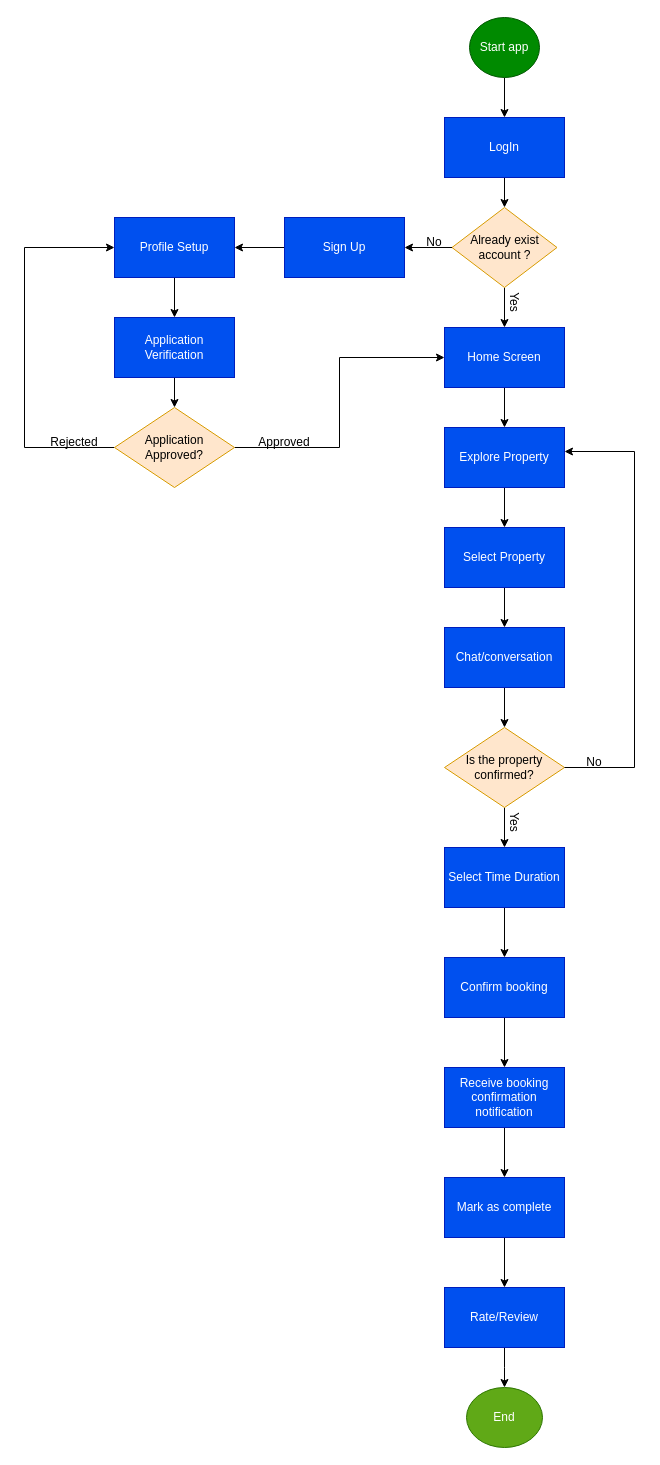
This is Untitled Diagram.drawio from vp656768/Business-Analyst, a draw.io file, before an edit. Source tidied: cells renumbered, new cells numbered last; positions are measured from the earlier drawing's top-left corner, leaving out a move shared by most shapes. Both pictures are drawn from the tidied source at 100%, with x=0, y=0 at pixel (24, 17).
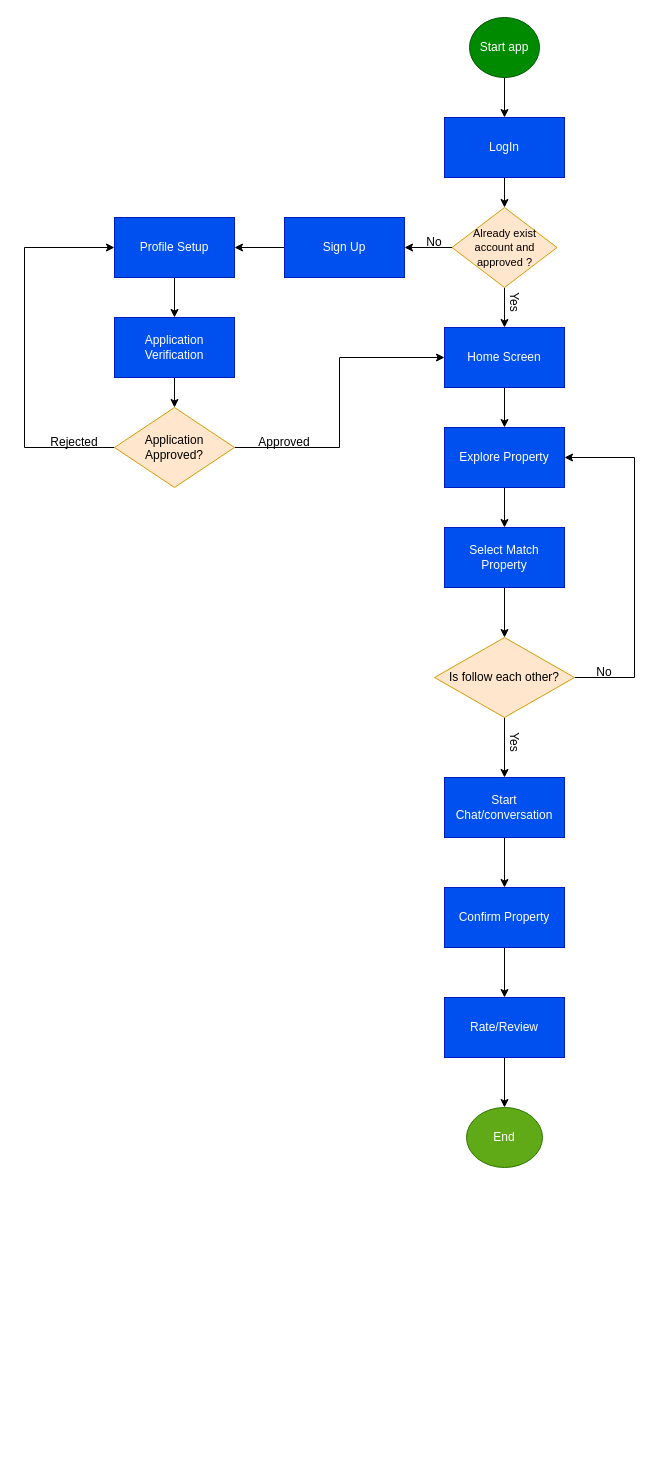
The same page after the edit.

Unchanged cells that the change refers to:
```xml
<mxCell id="21" value="Explore Property" style="whiteSpace=wrap;html=1;fillColor=#0050ef;fontColor=#ffffff;strokeColor=#001DBC;" parent="1" vertex="1">
  <mxGeometry x="420" y="410" width="120" height="60" as="geometry" />
</mxCell>
```

The edit, as a diff of the source:
```diff
@@
-    <mxCell id="8" value="Already exist account ?" style="rhombus;whiteSpace=wrap;html=1;fillColor=#ffe6cc;strokeColor=#d79b00;" parent="1" vertex="1">
+    <mxCell id="8" value="&lt;font style=&quot;font-size: 11px;&quot;&gt;Already exist account and approved ?&lt;/font&gt;" style="rhombus;whiteSpace=wrap;html=1;fillColor=#ffe6cc;strokeColor=#d79b00;" parent="1" vertex="1">
       <mxGeometry x="427.5" y="190" width="105" height="80" as="geometry" />
     </mxCell>
@@
-    <mxCell id="22" style="edgeStyle=orthogonalEdgeStyle;rounded=0;jettySize=auto;html=1;" parent="1" edge="1" source="23" target="25">
-      <mxGeometry relative="1" as="geometry" />
-    </mxCell>
+    <mxCell id="47" style="edgeStyle=orthogonalEdgeStyle;rounded=0;jettySize=auto;html=1;" parent="1" edge="1" source="23" target="54">
+      <mxGeometry relative="1" as="geometry" />
+    </mxCell>
-    <mxCell id="23" value="Select Property" style="whiteSpace=wrap;html=1;fillColor=#0050ef;fontColor=#ffffff;strokeColor=#001DBC;" parent="1" vertex="1">
+    <mxCell id="23" value="Select Match Property" style="whiteSpace=wrap;html=1;fillColor=#0050ef;fontColor=#ffffff;strokeColor=#001DBC;" parent="1" vertex="1">
       <mxGeometry x="420" y="510" width="120" height="60" as="geometry" />
     </mxCell>
-    <mxCell id="24" style="edgeStyle=orthogonalEdgeStyle;rounded=0;jettySize=auto;html=1;" parent="1" edge="1" source="25" target="27">
-      <mxGeometry relative="1" as="geometry" />
-    </mxCell>
+    <mxCell id="48" style="edgeStyle=orthogonalEdgeStyle;rounded=0;jettySize=auto;html=1;" parent="1" edge="1" source="25" target="50">
+      <mxGeometry relative="1" as="geometry" />
+    </mxCell>
-    <mxCell id="25" value="Chat/conversation" style="whiteSpace=wrap;html=1;fillColor=#0050ef;fontColor=#ffffff;strokeColor=#001DBC;" parent="1" vertex="1">
-      <mxGeometry x="420" y="610" width="120" height="60" as="geometry" />
+    <mxCell id="25" value="Start Chat/conversation" style="whiteSpace=wrap;html=1;fillColor=#0050ef;fontColor=#ffffff;strokeColor=#001DBC;" parent="1" vertex="1">
+      <mxGeometry x="420" y="760" width="120" height="60" as="geometry" />
     </mxCell>
-    <mxCell id="26" style="edgeStyle=orthogonalEdgeStyle;rounded=0;jettySize=auto;html=1;" parent="1" edge="1" source="27" target="30">
-      <mxGeometry relative="1" as="geometry" />
-    </mxCell>
-    <mxCell id="27" style="rhombus;whiteSpace=wrap;html=1;fillColor=#ffe6cc;strokeColor=#d79b00;" parent="1" vertex="1">
-      <mxGeometry x="420" y="710" width="120" height="80" as="geometry" />
-    </mxCell>
-    <mxCell id="28" value="Is the property confirmed?" style="text;html=1;align=center;verticalAlign=middle;whiteSpace=wrap;rounded=0;" parent="1" vertex="1">
-      <mxGeometry x="440" y="735" width="80" height="30" as="geometry" />
-    </mxCell>
-    <mxCell id="29" style="edgeStyle=orthogonalEdgeStyle;rounded=0;jettySize=auto;html=1;" parent="1" edge="1" source="30" target="32">
-      <mxGeometry relative="1" as="geometry" />
-    </mxCell>
-    <mxCell id="30" value="Select Time Duration" style="whiteSpace=wrap;html=1;fillColor=#0050ef;fontColor=#ffffff;strokeColor=#001DBC;" parent="1" vertex="1">
-      <mxGeometry x="420" y="830" width="120" height="60" as="geometry" />
-    </mxCell>
-    <mxCell id="31" style="edgeStyle=orthogonalEdgeStyle;rounded=0;jettySize=auto;html=1;" parent="1" edge="1" source="32" target="34">
-      <mxGeometry relative="1" as="geometry" />
-    </mxCell>
-    <mxCell id="32" value="Confirm booking" style="whiteSpace=wrap;html=1;fillColor=#0050ef;fontColor=#ffffff;strokeColor=#001DBC;" parent="1" vertex="1">
-      <mxGeometry x="420" y="940" width="120" height="60" as="geometry" />
-    </mxCell>
-    <mxCell id="33" style="edgeStyle=orthogonalEdgeStyle;rounded=0;jettySize=auto;html=1;" parent="1" edge="1" source="34" target="37">
-      <mxGeometry relative="1" as="geometry" />
-    </mxCell>
-    <mxCell id="34" value="Receive booking confirmation notification" style="whiteSpace=wrap;html=1;fillColor=#0050ef;fontColor=#ffffff;strokeColor=#001DBC;" parent="1" vertex="1">
-      <mxGeometry x="420" y="1050" width="120" height="60" as="geometry" />
-    </mxCell>
-    <mxCell id="35" style="edgeStyle=orthogonalEdgeStyle;rounded=0;jettySize=auto;html=1;exitX=1;exitY=0.5;exitDx=0;exitDy=0;entryX=1;entryY=0.4;entryDx=0;entryDy=0;entryPerimeter=0;" parent="1" edge="1" source="27" target="21">
-      <mxGeometry relative="1" as="geometry">
-        <Array as="points">
-          <mxPoint x="610" y="750" />
-          <mxPoint x="610" y="434" />
-        </Array>
-      </mxGeometry>
-    </mxCell>
-    <mxCell id="36" style="edgeStyle=orthogonalEdgeStyle;rounded=0;jettySize=auto;html=1;" parent="1" edge="1" source="37" target="39">
-      <mxGeometry relative="1" as="geometry" />
-    </mxCell>
-    <mxCell id="37" value="Mark as complete" style="whiteSpace=wrap;html=1;fillColor=#0050ef;fontColor=#ffffff;strokeColor=#001DBC;" parent="1" vertex="1">
-      <mxGeometry x="420" y="1160" width="120" height="60" as="geometry" />
-    </mxCell>
-    <mxCell id="38" style="edgeStyle=orthogonalEdgeStyle;rounded=0;jettySize=auto;html=1;" parent="1" edge="1" source="39">
-      <mxGeometry relative="1" as="geometry">
-        <mxPoint x="480" y="1370" as="targetPoint" />
-      </mxGeometry>
-    </mxCell>
-    <mxCell id="39" value="Rate/Review" style="whiteSpace=wrap;html=1;fillColor=#0050ef;fontColor=#ffffff;strokeColor=#001DBC;" parent="1" vertex="1">
-      <mxGeometry x="420" y="1270" width="120" height="60" as="geometry" />
-    </mxCell>
-    <mxCell id="40" value="End" style="ellipse;whiteSpace=wrap;html=1;fillColor=#60a917;fontColor=#ffffff;strokeColor=#2D7600;" parent="1" vertex="1">
-      <mxGeometry x="442" y="1370" width="76" height="60" as="geometry" />
-    </mxCell>
@@
+    <mxCell id="40" value="End" style="ellipse;whiteSpace=wrap;html=1;fillColor=#60a917;fontColor=#ffffff;strokeColor=#2D7600;" parent="1" vertex="1">
+      <mxGeometry x="442" y="1090" width="76" height="60" as="geometry" />
+    </mxCell>
+    <mxCell id="49" style="edgeStyle=orthogonalEdgeStyle;rounded=0;jettySize=auto;html=1;" parent="1" edge="1" source="50" target="39">
+      <mxGeometry relative="1" as="geometry" />
+    </mxCell>
+    <mxCell id="50" value="Confirm Property" style="whiteSpace=wrap;html=1;fillColor=#0050ef;strokeColor=#001DBC;fontColor=#ffffff;" parent="1" vertex="1">
+      <mxGeometry x="420" y="870" width="120" height="60" as="geometry" />
+    </mxCell>
+    <mxCell id="51" style="edgeStyle=orthogonalEdgeStyle;rounded=0;jettySize=auto;html=1;exitX=0.5;exitY=1;exitDx=0;exitDy=0;entryX=0.5;entryY=0;entryDx=0;entryDy=0;" parent="1" edge="1" source="39" target="40">
+      <mxGeometry relative="1" as="geometry" />
+    </mxCell>
+    <mxCell id="39" value="Rate/Review" style="whiteSpace=wrap;html=1;fillColor=#0050ef;strokeColor=#001DBC;fontColor=#ffffff;" parent="1" vertex="1">
+      <mxGeometry x="420" y="980" width="120" height="60" as="geometry" />
+    </mxCell>
+    <mxCell id="52" style="edgeStyle=orthogonalEdgeStyle;rounded=0;jettySize=auto;html=1;exitX=0.5;exitY=1;exitDx=0;exitDy=0;entryX=0.5;entryY=0;entryDx=0;entryDy=0;" parent="1" edge="1" source="54" target="25">
+      <mxGeometry relative="1" as="geometry" />
+    </mxCell>
+    <mxCell id="53" style="edgeStyle=orthogonalEdgeStyle;rounded=0;jettySize=auto;html=1;exitX=1;exitY=0.5;exitDx=0;exitDy=0;entryX=1;entryY=0.5;entryDx=0;entryDy=0;" parent="1" edge="1" source="54" target="21">
+      <mxGeometry relative="1" as="geometry">
+        <Array as="points">
+          <mxPoint x="610" y="660" />
+          <mxPoint x="610" y="440" />
+        </Array>
+      </mxGeometry>
+    </mxCell>
+    <mxCell id="54" value="Is follow each other?" style="rhombus;whiteSpace=wrap;html=1;fillColor=#ffe6cc;strokeColor=#d79b00;" parent="1" vertex="1">
+      <mxGeometry x="410" y="620" width="140" height="80" as="geometry" />
+    </mxCell>
+    <mxCell id="46" value="Yes" style="text;html=1;align=center;verticalAlign=middle;whiteSpace=wrap;rounded=0;rotation=90;" parent="1" vertex="1">
+      <mxGeometry x="460" y="710" width="60" height="30" as="geometry" />
+    </mxCell>
     <mxCell id="45" value="No" style="text;html=1;align=center;verticalAlign=middle;whiteSpace=wrap;rounded=0;" parent="1" vertex="1">
-      <mxGeometry x="540" y="730" width="60" height="30" as="geometry" />
+      <mxGeometry x="550" y="640" width="60" height="30" as="geometry" />
     </mxCell>
-    <mxCell id="46" value="Yes" style="text;html=1;align=center;verticalAlign=middle;whiteSpace=wrap;rounded=0;rotation=90;" parent="1" vertex="1">
-      <mxGeometry x="460" y="790" width="60" height="30" as="geometry" />
-    </mxCell>
```
